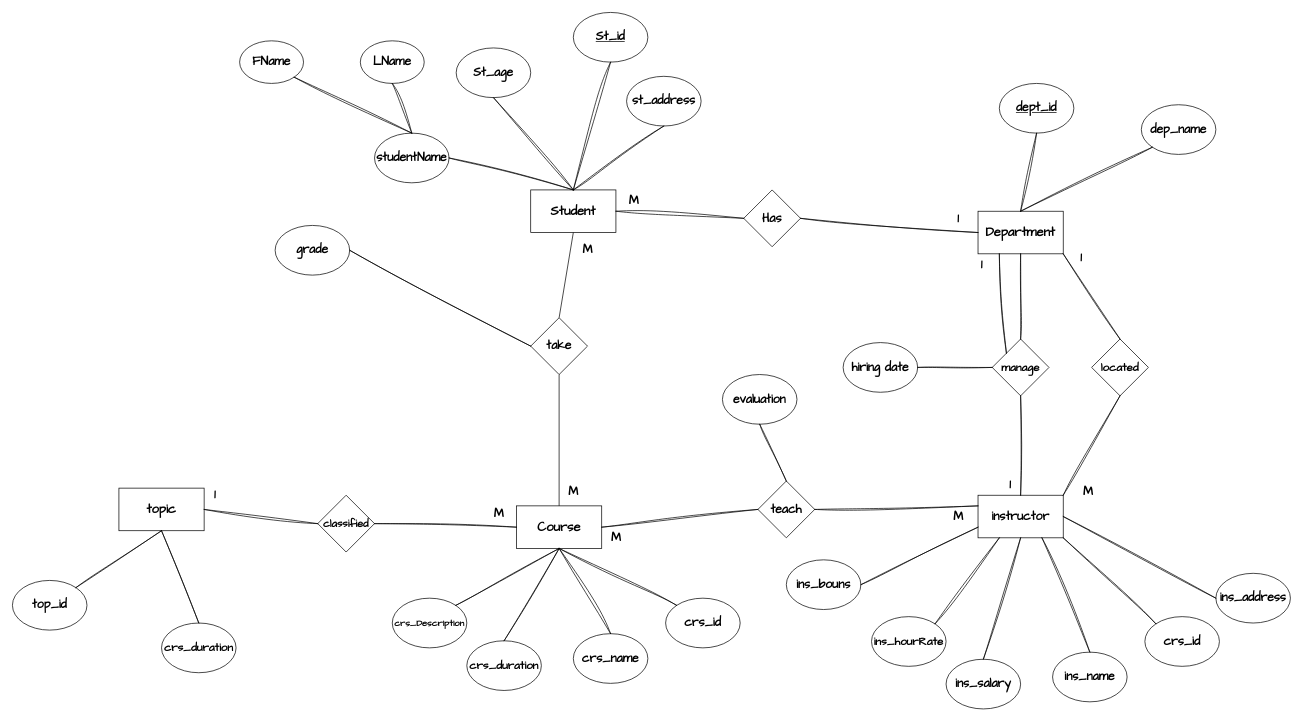
Earlier version of the draw.io diagram Erd1.drawio (you22ef/ERDs). Source tidied: cells renumbered, new cells numbered last; positions are measured from the earlier drawing's top-left corner, leaving out a move shared by most shapes. Both pictures are drawn from the tidied source at 71%, with x=0, y=0 at pixel (12, 12).
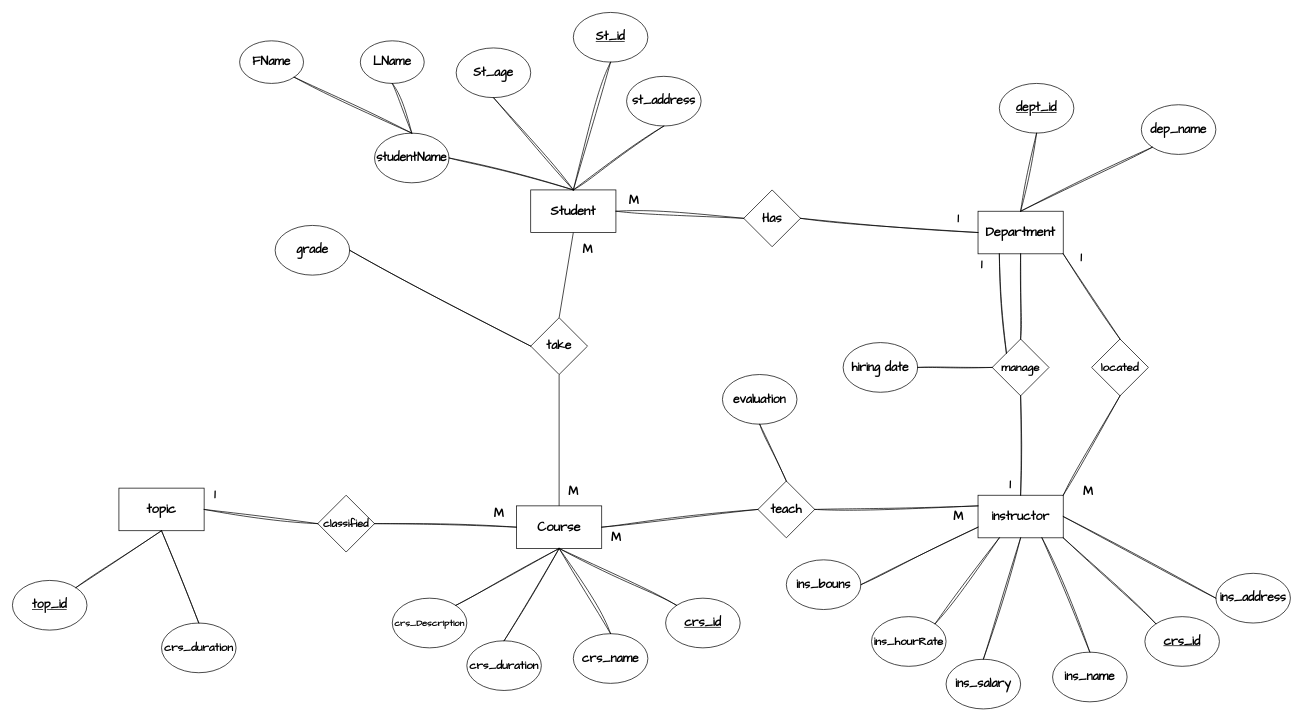
The same diagram, later.

Change to the diagram source:
```diff
@@
-    <mxCell id="21" value="&lt;span id=&quot;docs-internal-guid-43af0681-7fff-e2c8-2b23-7273ec991136&quot;&gt;&lt;span style=&quot;background-color: transparent; font-variant-numeric: normal; font-variant-east-asian: normal; font-variant-alternates: normal; font-variant-position: normal; vertical-align: baseline; white-space-collapse: preserve;&quot;&gt;&lt;font face=&quot;Architects Daughter&quot; style=&quot;font-size: 17px;&quot;&gt;&lt;b&gt;crs_id&lt;/b&gt;&lt;/font&gt;&lt;/span&gt;&lt;/span&gt;" style="ellipse;whiteSpace=wrap;html=1;" parent="1" vertex="1">
+    <mxCell id="21" value="&lt;span id=&quot;docs-internal-guid-43af0681-7fff-e2c8-2b23-7273ec991136&quot;&gt;&lt;span style=&quot;background-color: transparent; font-variant-numeric: normal; font-variant-east-asian: normal; font-variant-alternates: normal; font-variant-position: normal; vertical-align: baseline; white-space-collapse: preserve;&quot;&gt;&lt;font face=&quot;Architects Daughter&quot; style=&quot;font-size: 17px;&quot;&gt;&lt;b&gt;&lt;u&gt;crs_id&lt;/u&gt;&lt;/b&gt;&lt;/font&gt;&lt;/span&gt;&lt;/span&gt;" style="ellipse;whiteSpace=wrap;html=1;" parent="1" vertex="1">
       <mxGeometry x="920" y="825" width="105" height="70" as="geometry" />
     </mxCell>
@@
-    <mxCell id="35" value="&lt;span id=&quot;docs-internal-guid-43af0681-7fff-e2c8-2b23-7273ec991136&quot;&gt;&lt;span style=&quot;background-color: transparent; font-variant-numeric: normal; font-variant-east-asian: normal; font-variant-alternates: normal; font-variant-position: normal; vertical-align: baseline; white-space-collapse: preserve;&quot;&gt;&lt;font face=&quot;Architects Daughter&quot; style=&quot;font-size: 17px;&quot;&gt;&lt;b&gt;crs_id&lt;/b&gt;&lt;/font&gt;&lt;/span&gt;&lt;/span&gt;" style="ellipse;whiteSpace=wrap;html=1;" parent="1" vertex="1">
+    <mxCell id="35" value="&lt;span id=&quot;docs-internal-guid-43af0681-7fff-e2c8-2b23-7273ec991136&quot;&gt;&lt;span style=&quot;background-color: transparent; font-variant-numeric: normal; font-variant-east-asian: normal; font-variant-alternates: normal; font-variant-position: normal; vertical-align: baseline; white-space-collapse: preserve;&quot;&gt;&lt;font face=&quot;Architects Daughter&quot; style=&quot;font-size: 17px;&quot;&gt;&lt;b&gt;&lt;u&gt;crs_id&lt;/u&gt;&lt;/b&gt;&lt;/font&gt;&lt;/span&gt;&lt;/span&gt;" style="ellipse;whiteSpace=wrap;html=1;" parent="1" vertex="1">
       <mxGeometry x="1595" y="851" width="105" height="70" as="geometry" />
     </mxCell>
@@
-    <mxCell id="58" value="&lt;span id=&quot;docs-internal-guid-dbc2118c-7fff-fab5-85fc-dde1d70e0203&quot;&gt;&lt;span style=&quot;background-color: transparent; font-variant-numeric: normal; font-variant-east-asian: normal; font-variant-alternates: normal; font-variant-position: normal; vertical-align: baseline; white-space-collapse: preserve;&quot;&gt;&lt;font face=&quot;Architects Daughter&quot; style=&quot;font-size: 17px;&quot;&gt;&lt;b&gt;top_id&lt;/b&gt;&lt;/font&gt;&lt;/span&gt;&lt;/span&gt;" style="ellipse;whiteSpace=wrap;html=1;" parent="1" vertex="1">
+    <mxCell id="58" value="&lt;span id=&quot;docs-internal-guid-dbc2118c-7fff-fab5-85fc-dde1d70e0203&quot;&gt;&lt;span style=&quot;background-color: transparent; font-variant-numeric: normal; font-variant-east-asian: normal; font-variant-alternates: normal; font-variant-position: normal; vertical-align: baseline; white-space-collapse: preserve;&quot;&gt;&lt;font face=&quot;Architects Daughter&quot; style=&quot;font-size: 17px;&quot;&gt;&lt;b&gt;&lt;u&gt;top_id&lt;/u&gt;&lt;/b&gt;&lt;/font&gt;&lt;/span&gt;&lt;/span&gt;" style="ellipse;whiteSpace=wrap;html=1;" parent="1" vertex="1">
       <mxGeometry y="800" width="105" height="70" as="geometry" />
     </mxCell>
```
